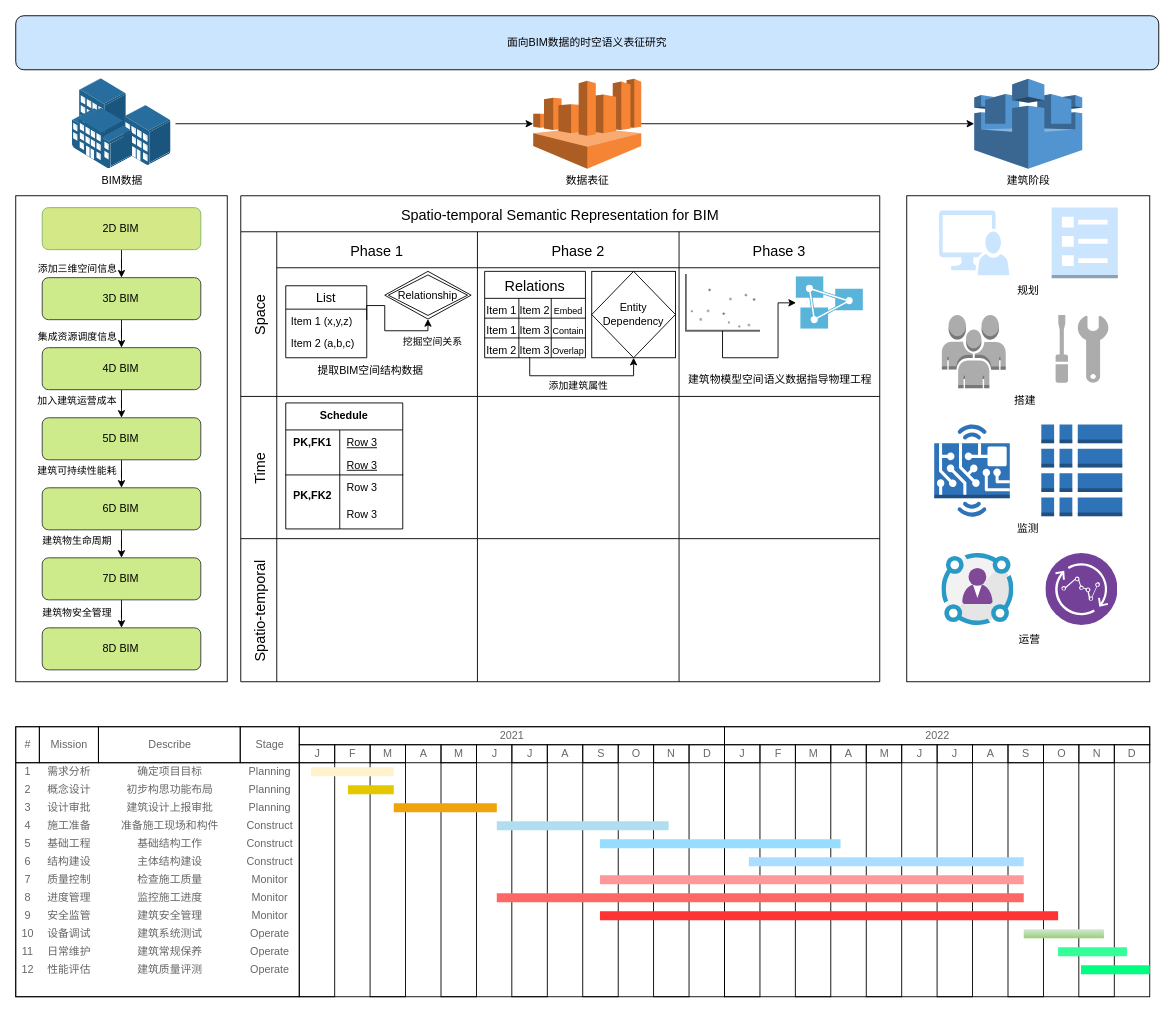
Before: 未命名绘图.drawio in Student-WangZhengTao/LLM, a draw.io diagram. Source tidied: cells renumbered, new cells numbered last; positions are measured from the earlier drawing's top-left corner, leaving out a move shared by most shapes. Both pictures are drawn from the tidied source at 90%, with x=0, y=0 at pixel (15, 15). Pictures stored in the file or linked from it are replaced by grey dashed boxes.
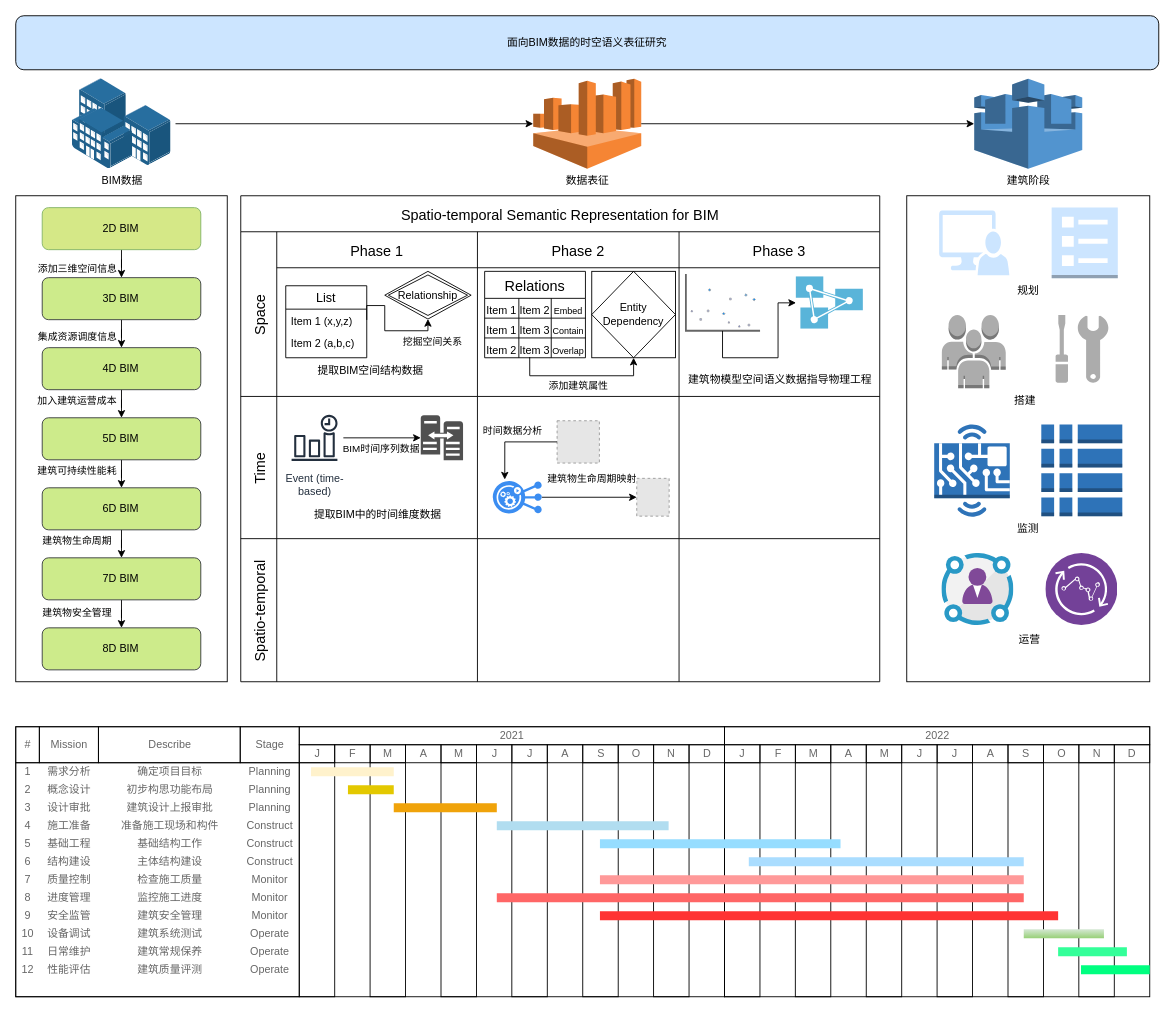
Above is the later version.

Commit message (it also covers changes not shown here):
更新未命名绘图.drawio

The change refers to these unchanged cells:
```xml
<mxCell id="40" style="swimlane;swimlaneHead=0;swimlaneBody=0;fontStyle=0;strokeColor=inherit;fillColor=none;startSize=0;fontSize=16;" parent="39" vertex="1">
  <mxGeometry x="40" width="223" height="158" as="geometry" />
</mxCell>
<mxCell id="54" style="swimlane;swimlaneHead=0;swimlaneBody=0;fontStyle=0;strokeColor=inherit;fillColor=none;startSize=0;fontSize=16;" parent="39" vertex="1">
  <mxGeometry x="263" width="224" height="158" as="geometry" />
</mxCell>
```

Change to the diagram source:
```diff
@@
-    <mxCell id="41" value="Schedule" style="shape=table;startSize=30;childLayout=tableLayout;rowLines=0;fontStyle=1;align=center;html=1;whiteSpace=wrap;" parent="40" vertex="1">
-      <mxGeometry x="10" y="7.2" width="130" height="140" as="geometry" />
-    </mxCell>
-    <mxCell id="42" style="shape=tableRow;horizontal=0;startSize=0;swimlaneHead=0;swimlaneBody=0;fillColor=none;top=0;left=0;right=0;bottom=0;html=1;" parent="41" vertex="1">
-      <mxGeometry y="30" width="130" height="30" as="geometry" />
-    </mxCell>
-    <mxCell id="43" value="PK,FK1" style="shape=partialRectangle;fillColor=none;top=0;left=0;bottom=0;right=0;fontStyle=1;overflow=hidden;html=1;whiteSpace=wrap;" parent="42" vertex="1">
-      <mxGeometry width="60" height="30" as="geometry" />
-    </mxCell>
-    <mxCell id="44" value="&lt;span style=&quot;font-weight: 400;&quot;&gt;Row 3&lt;/span&gt;" style="shape=partialRectangle;fillColor=none;top=0;left=0;bottom=0;right=0;align=left;spacingLeft=6;fontStyle=5;overflow=hidden;html=1;whiteSpace=wrap;" parent="42" vertex="1">
-      <mxGeometry x="60" width="70" height="30" as="geometry" />
-    </mxCell>
-    <mxCell id="45" style="shape=tableRow;horizontal=0;startSize=0;swimlaneHead=0;swimlaneBody=0;fillColor=none;top=0;left=0;right=0;bottom=1;html=1;" parent="41" vertex="1">
-      <mxGeometry y="60" width="130" height="20" as="geometry" />
-    </mxCell>
-    <mxCell id="46" style="shape=partialRectangle;fillColor=none;top=0;left=0;bottom=0;right=0;fontStyle=1;overflow=hidden;html=1;whiteSpace=wrap;" parent="45" vertex="1">
-      <mxGeometry width="60" height="20" as="geometry" />
-    </mxCell>
-    <mxCell id="47" value="&lt;span style=&quot;font-weight: 400;&quot;&gt;Row 3&lt;/span&gt;" style="shape=partialRectangle;fillColor=none;top=0;left=0;bottom=0;right=0;align=left;spacingLeft=6;fontStyle=5;overflow=hidden;html=1;whiteSpace=wrap;" parent="45" vertex="1">
-      <mxGeometry x="60" width="70" height="20" as="geometry" />
-    </mxCell>
-    <mxCell id="48" style="shape=tableRow;horizontal=0;startSize=0;swimlaneHead=0;swimlaneBody=0;fillColor=none;top=0;left=0;right=0;bottom=0;html=1;" parent="41" vertex="1">
-      <mxGeometry y="80" width="130" height="30" as="geometry" />
-    </mxCell>
-    <mxCell id="49" value="&#10;&lt;span style=&quot;color: rgb(0, 0, 0); font-family: Helvetica; font-size: 12px; font-style: normal; font-variant-ligatures: normal; font-variant-caps: normal; font-weight: 700; letter-spacing: normal; orphans: 2; text-align: center; text-indent: 0px; text-transform: none; widows: 2; word-spacing: 0px; -webkit-text-stroke-width: 0px; white-space: normal; background-color: rgb(251, 251, 251); text-decoration-thickness: initial; text-decoration-style: initial; text-decoration-color: initial; display: inline !important; float: none;&quot;&gt;PK,FK2&lt;/span&gt;&#10;&#10;" style="shape=partialRectangle;fillColor=none;top=0;left=0;bottom=0;right=0;overflow=hidden;html=1;whiteSpace=wrap;" parent="48" vertex="1">
-      <mxGeometry width="60" height="30" as="geometry" />
-    </mxCell>
-    <mxCell id="50" value="Row 3" style="shape=partialRectangle;fillColor=none;top=0;left=0;bottom=0;right=0;align=left;spacingLeft=6;overflow=hidden;html=1;whiteSpace=wrap;" parent="48" vertex="1">
-      <mxGeometry x="60" width="70" height="30" as="geometry" />
-    </mxCell>
-    <mxCell id="51" style="shape=tableRow;horizontal=0;startSize=0;swimlaneHead=0;swimlaneBody=0;fillColor=none;top=0;left=0;right=0;bottom=0;html=1;" parent="41" vertex="1">
-      <mxGeometry y="110" width="130" height="30" as="geometry" />
-    </mxCell>
-    <mxCell id="52" style="shape=partialRectangle;fillColor=none;top=0;left=0;bottom=0;right=0;overflow=hidden;html=1;whiteSpace=wrap;" parent="51" vertex="1">
-      <mxGeometry width="60" height="30" as="geometry" />
-    </mxCell>
-    <mxCell id="53" value="Row 3" style="shape=partialRectangle;fillColor=none;top=0;left=0;bottom=0;right=0;align=left;spacingLeft=6;overflow=hidden;html=1;whiteSpace=wrap;" parent="51" vertex="1">
-      <mxGeometry x="60" width="70" height="30" as="geometry" />
-    </mxCell>
+    <mxCell id="202" style="sketch=0;shadow=0;dashed=0;html=1;strokeColor=none;labelPosition=center;verticalLabelPosition=bottom;verticalAlign=top;align=center;fillColor=#505050;shape=mxgraph.mscae.oms.server_width_changes;" parent="40" vertex="1">
+      <mxGeometry x="160" y="21" width="47" height="50" as="geometry" />
+    </mxCell>
+    <mxCell id="203" value="Event (time-&#10;based)" style="sketch=0;outlineConnect=0;fontColor=#232F3E;gradientColor=none;strokeColor=#232F3E;fillColor=#ffffff;dashed=0;verticalLabelPosition=bottom;verticalAlign=top;align=center;html=1;fontSize=12;fontStyle=0;shape=mxgraph.aws4.resourceIcon;resIcon=mxgraph.aws4.event_time_based;" parent="40" vertex="1">
+      <mxGeometry x="10" y="14" width="64" height="64" as="geometry" />
+    </mxCell>
+    <mxCell id="204" style="edgeStyle=orthogonalEdgeStyle;rounded=0;jettySize=auto;html=1;entryX=0;entryY=0.5;entryDx=0;entryDy=0;entryPerimeter=0;" parent="40" edge="1" source="203" target="202">
+      <mxGeometry relative="1" as="geometry" />
+    </mxCell>
+    <mxCell id="205" value="BIM时间序列数据" style="edgeLabel;html=1;align=center;verticalAlign=middle;" parent="204" vertex="1">
+      <mxGeometry x="-0.15" relative="1" as="geometry">
+        <mxPoint x="4" y="11" as="offset" />
+      </mxGeometry>
+    </mxCell>
+    <mxCell id="206" value="提取BIM中的时间维度数据" style="text;html=1;align=center;verticalAlign=middle;strokeColor=none;fillColor=none;" parent="40" vertex="1">
+      <mxGeometry x="31.5" y="117" width="160" height="30" as="geometry" />
+    </mxCell>
@@
+    <mxCell id="207" style="fillColor=#E6E6E6;strokeColor=#999999;dashed=1;html=1;verticalAlign=top;labelPosition=center;verticalLabelPosition=bottom;align=center;spacingTop=-6;fontSize=11;fontStyle=1;fontColor=#999999;" parent="54" vertex="1">
+      <mxGeometry x="177" y="91" width="36" height="42" as="geometry" />
+    </mxCell>
+    <mxCell id="208" style="edgeStyle=orthogonalEdgeStyle;rounded=0;jettySize=auto;html=1;entryX=0;entryY=0.5;entryDx=0;entryDy=0;" parent="54" edge="1" source="210" target="207">
+      <mxGeometry relative="1" as="geometry" />
+    </mxCell>
+    <mxCell id="209" value="建筑物生命周期映射" style="edgeLabel;html=1;align=center;verticalAlign=middle;" parent="208" vertex="1">
+      <mxGeometry x="-0.33" y="2" relative="1" as="geometry">
+        <mxPoint x="20" y="-19" as="offset" />
+      </mxGeometry>
+    </mxCell>
+    <mxCell id="210" style="sketch=0;html=1;strokeColor=none;shadow=0;fillColor=#3B8DF1;verticalAlign=top;labelPosition=center;verticalLabelPosition=bottom;shape=mxgraph.gcp2.replication_controller_3;" parent="54" vertex="1">
+      <mxGeometry x="17" y="94" width="54.5" height="36" as="geometry" />
+    </mxCell>
+    <mxCell id="211" style="fillColor=#E6E6E6;strokeColor=#999999;dashed=1;html=1;verticalAlign=top;verticalLabelPosition=bottom;labelBackgroundColor=#ffffff;" parent="54" vertex="1">
+      <mxGeometry x="88.5" y="27" width="47" height="47" as="geometry" />
+    </mxCell>
+    <mxCell id="212" style="edgeStyle=orthogonalEdgeStyle;rounded=0;jettySize=auto;html=1;entryX=0.245;entryY=-0.047;entryDx=0;entryDy=0;entryPerimeter=0;" parent="54" edge="1" source="211" target="210">
+      <mxGeometry relative="1" as="geometry" />
+    </mxCell>
+    <mxCell id="213" value="时间数据分析" style="edgeLabel;html=1;align=center;verticalAlign=middle;" parent="212" vertex="1">
+      <mxGeometry x="0.18" y="-1" relative="1" as="geometry">
+        <mxPoint x="9" y="-14" as="offset" />
+      </mxGeometry>
+    </mxCell>
```
